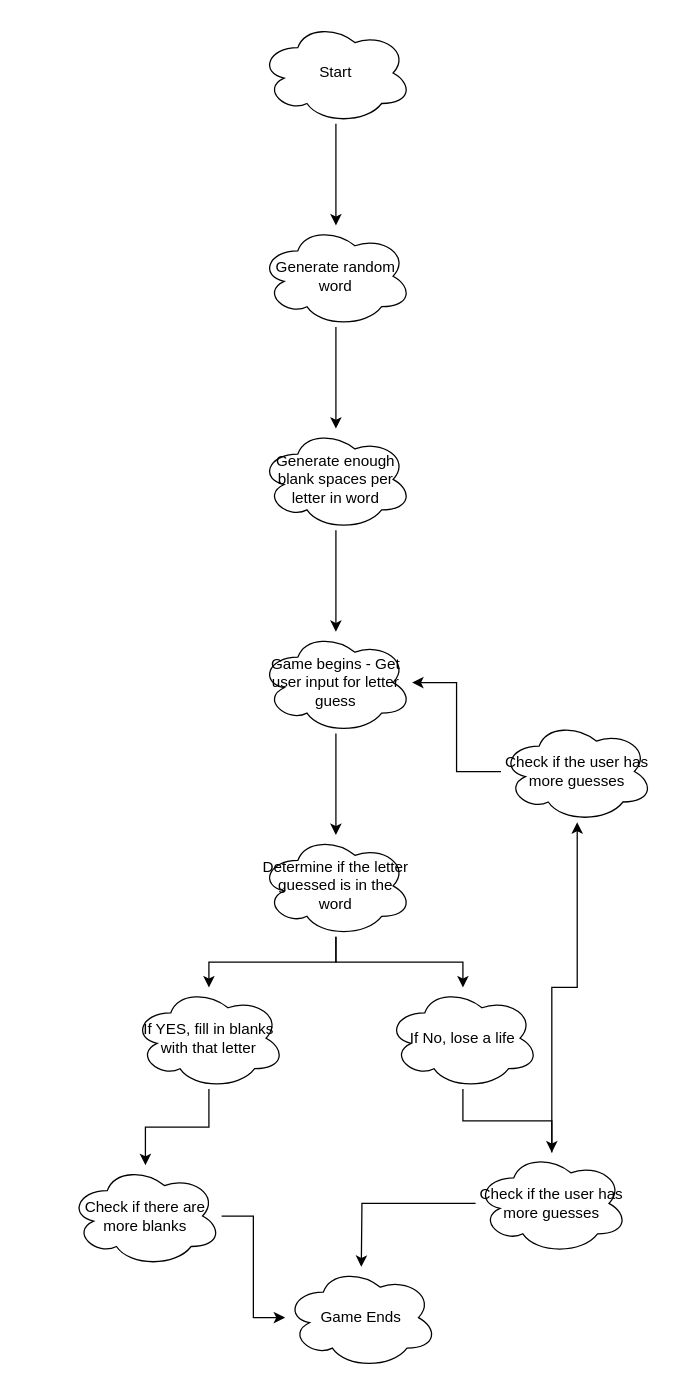
This is Untitled Diagram.drawio from christinichka/hangman, a draw.io file, before an edit. Source tidied: cells renumbered, new cells numbered last; positions are measured from the earlier drawing's top-left corner, leaving out a move shared by most shapes. Both pictures are drawn from the tidied source at 127%, with x=0, y=0 at pixel (69, 22).
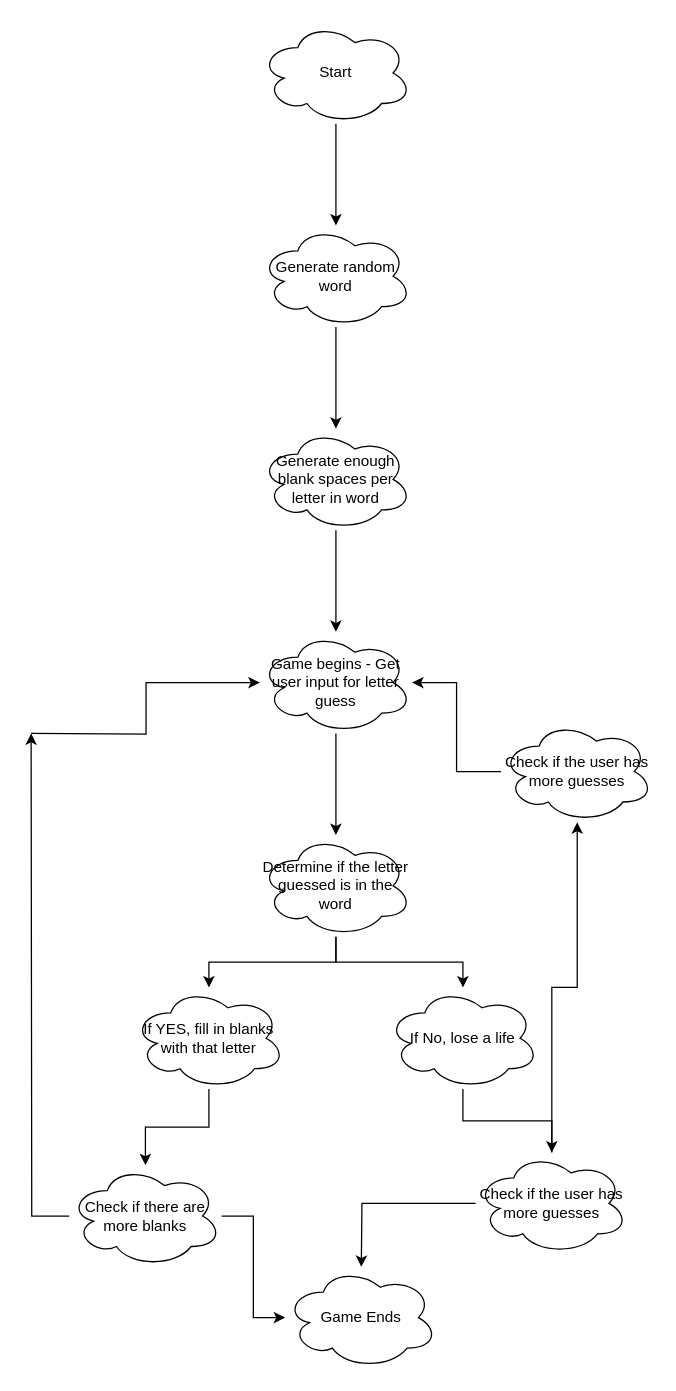
The same page after the edit.

Commit message:
hangman flowchart revised

Unchanged cells that the change refers to:
```xml
<mxCell id="9" value="Game begins - Get user input for letter guess" style="ellipse;shape=cloud;whiteSpace=wrap;html=1;align=center;" parent="1" vertex="1">
  <mxGeometry x="150" y="480" width="120" height="80" as="geometry" />
</mxCell>
<mxCell id="18" value="Check if there are more blanks" style="ellipse;shape=cloud;whiteSpace=wrap;html=1;align=center;" parent="1" vertex="1">
  <mxGeometry y="900" width="120" height="80" as="geometry" />
</mxCell>
```

Change to the diagram source:
```diff
@@
+    <mxCell id="25" style="edgeStyle=orthogonalEdgeStyle;rounded=0;jettySize=auto;html=1;" parent="1" edge="1" source="18">
+      <mxGeometry relative="1" as="geometry">
+        <mxPoint x="-30" y="560" as="targetPoint" />
+      </mxGeometry>
+    </mxCell>
@@
+    <mxCell id="26" style="edgeStyle=orthogonalEdgeStyle;rounded=0;jettySize=auto;html=1;" parent="1" edge="1" target="9">
+      <mxGeometry relative="1" as="geometry">
+        <mxPoint x="-30" y="560" as="sourcePoint" />
+      </mxGeometry>
+    </mxCell>
```
